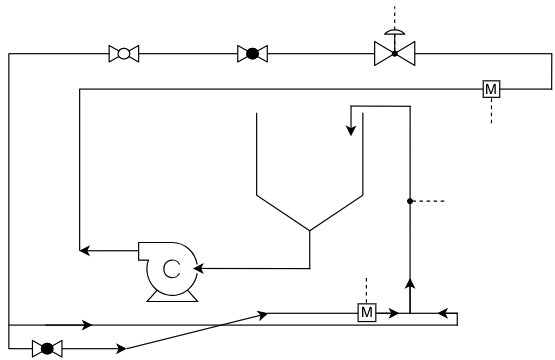
Before: PI diagrams/Pump_Cart_V1.png, a diagram exported from draw.io (mckayporter34-ctrl/TIPICE_LabJack). Source tidied: cells renumbered, new cells last; positions are measured from the earlier drawing's top-left corner, leaving out a move shared by most shapes.
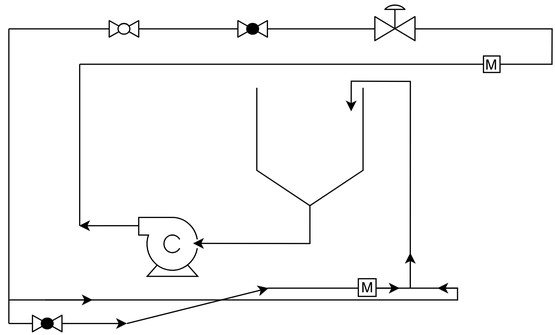
After the commit.

Change to the diagram source:
```diff
@@ -2,19 +2,7 @@
   <root>
     <mxCell id="0" />
     <mxCell id="1" parent="0" />
-    <mxCell id="2" style="endArrow=none;dashed=1;html=1;rounded=0;startArrow=oval;startFill=1;startSize=4;" parent="1" edge="1">
-      <mxGeometry relative="1" as="geometry">
-        <mxPoint x="303" y="259" as="sourcePoint" />
-        <mxPoint x="303" y="229" as="targetPoint" />
-      </mxGeometry>
-    </mxCell>
-    <mxCell id="3" style="endArrow=none;dashed=1;html=1;rounded=0;startArrow=oval;startFill=1;startSize=4;" parent="1" edge="1">
-      <mxGeometry relative="1" as="geometry">
-        <mxPoint x="409" y="70" as="sourcePoint" />
-        <mxPoint x="409" y="100" as="targetPoint" />
-      </mxGeometry>
-    </mxCell>
-    <mxCell id="4" style="shape=mxgraph.pid.vessels.bunker_(conical_bottom);html=1;align=center;verticalLabelPosition=bottom;verticalAlign=top;dashed=0;" parent="1" vertex="1">
+    <mxCell id="4" style="shape=mxgraph.pid.vessels.bunker_(conical_bottom);html=1;align=center;verticalLabelPosition=bottom;verticalAlign=top;dashed=0;fillStyle=auto;fillColor=#FFFFFF;" parent="1" vertex="1">
       <mxGeometry x="210" y="90" width="90" height="100" as="geometry" />
     </mxCell>
     <mxCell id="5" style="shape=mxgraph.pid.pumps.centrifugal_pump_3;html=1;align=center;verticalLabelPosition=bottom;verticalAlign=top;dashed=0;" parent="1" vertex="1">
@@ -153,18 +141,6 @@
         </Array>
       </mxGeometry>
     </mxCell>
-    <mxCell id="32" style="endArrow=none;dashed=1;html=1;rounded=0;startArrow=oval;startFill=1;startSize=4;" parent="1" edge="1">
-      <mxGeometry relative="1" as="geometry">
-        <mxPoint x="327" y="40" as="sourcePoint" />
-        <mxPoint x="327" as="targetPoint" />
-      </mxGeometry>
-    </mxCell>
-    <mxCell id="33" style="endArrow=none;dashed=1;html=1;rounded=0;startArrow=oval;startFill=1;startSize=4;" parent="1" edge="1">
-      <mxGeometry relative="1" as="geometry">
-        <mxPoint x="340" y="165" as="sourcePoint" />
-        <mxPoint x="370" y="165" as="targetPoint" />
-      </mxGeometry>
-    </mxCell>
     <mxCell id="34" style="endArrow=classic;html=1;rounded=0;" parent="1" edge="1">
       <mxGeometry relative="1" as="geometry">
         <mxPoint x="340" y="260" as="sourcePoint" />
```
